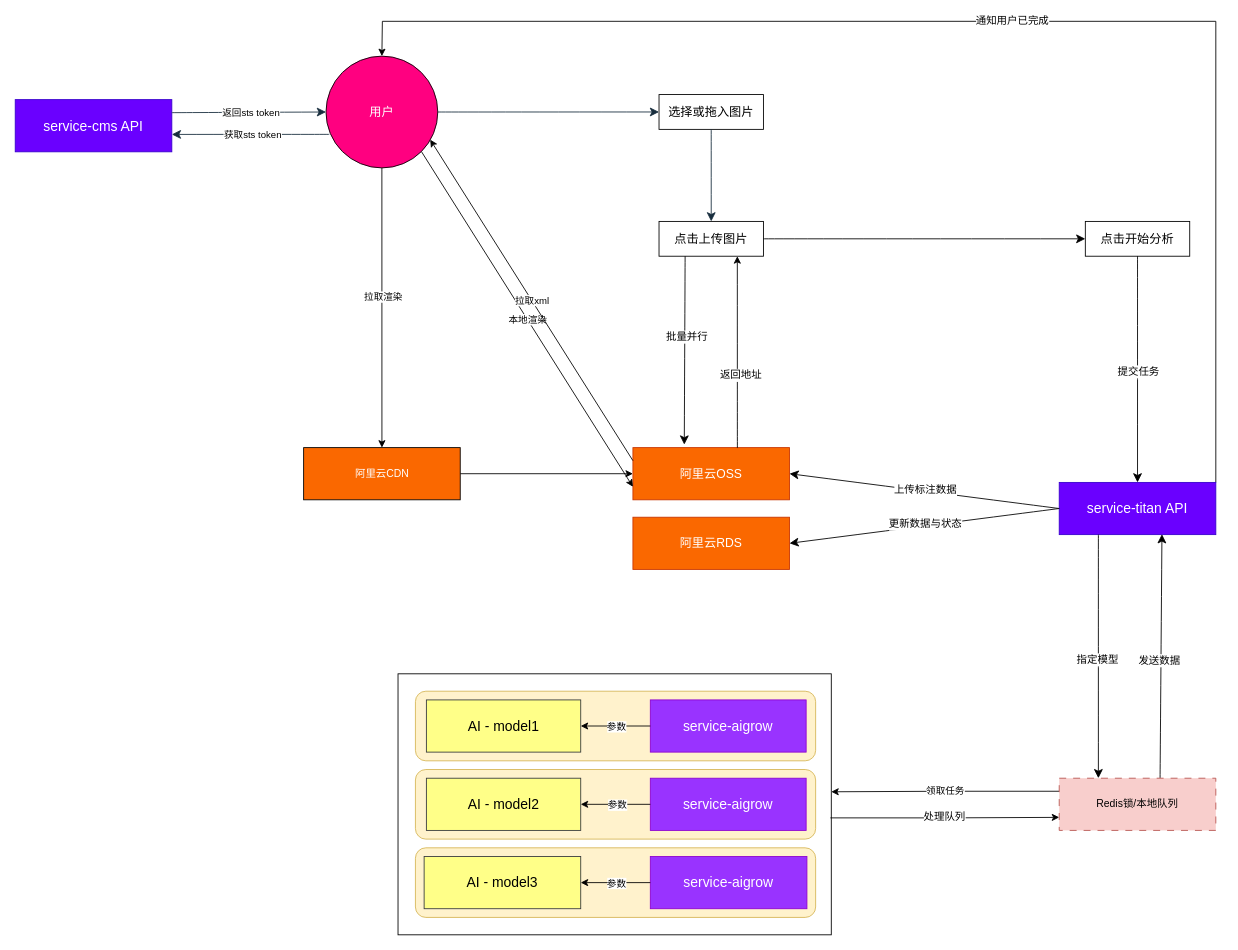
Above: 未命名绘图.drawio in deepberry/.draw (draw.io), before the change. Source tidied: cells renumbered, new cells numbered last; positions are measured from the earlier drawing's top-left corner, leaving out a move shared by most shapes. Both pictures are drawn from the tidied source at 87%, with x=0, y=0 at pixel (15, 21).
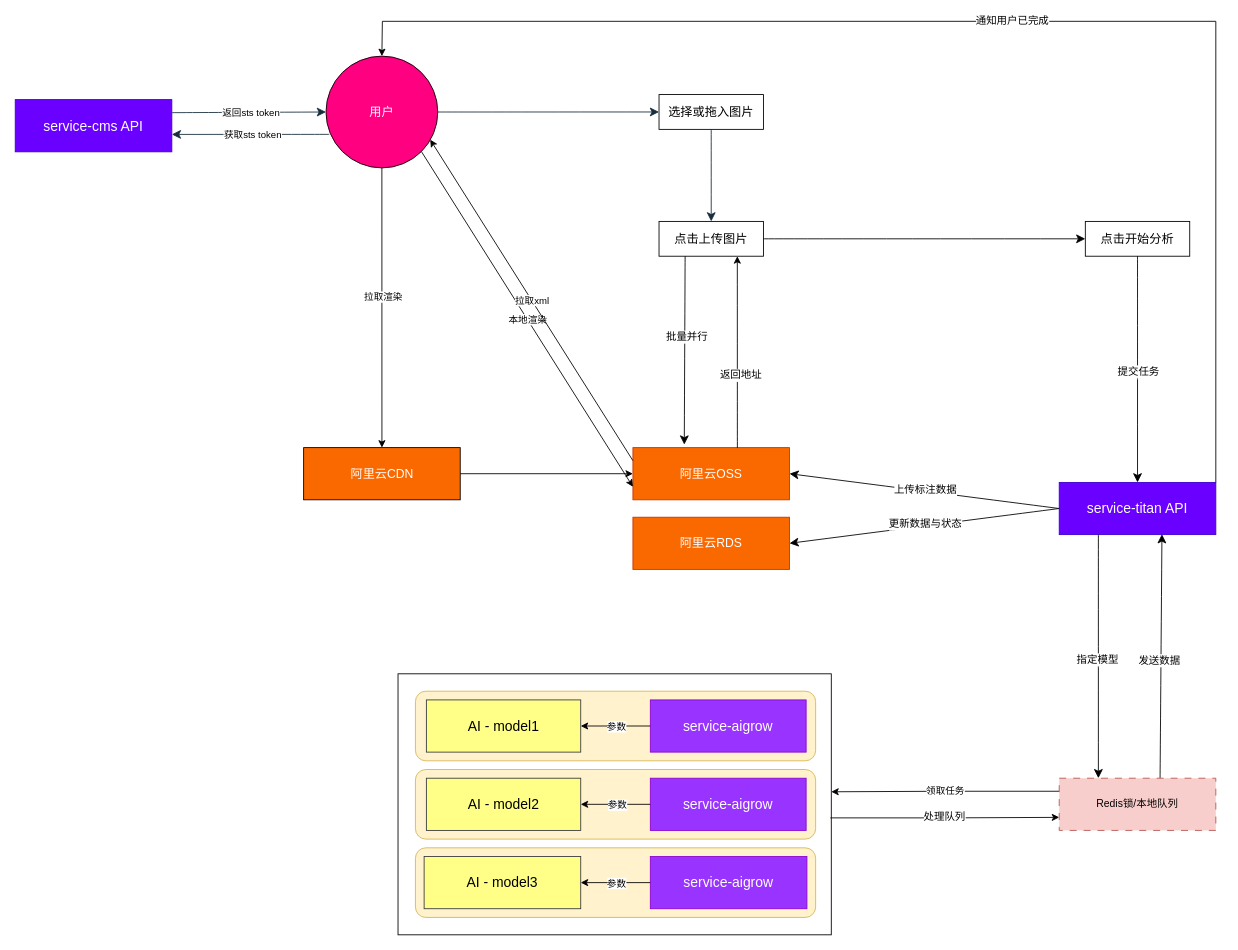
Above is the later version.

Commit message:
更新未命名绘图.drawio

The edit, as a diff of the source:
```diff
@@
-    <mxCell id="58" value="阿里云CDN" style="rounded=0;whiteSpace=wrap;html=1;fillColor=#fa6800;fontColor=#FFFFFF;" parent="1" vertex="1">
+    <mxCell id="58" value="阿里云CDN" style="rounded=0;whiteSpace=wrap;html=1;fillColor=#fa6800;fontColor=#FFFFFF;fontSize=14;" parent="1" vertex="1">
       <mxGeometry x="331.5" y="490" width="180" height="60" as="geometry" />
     </mxCell>
```
